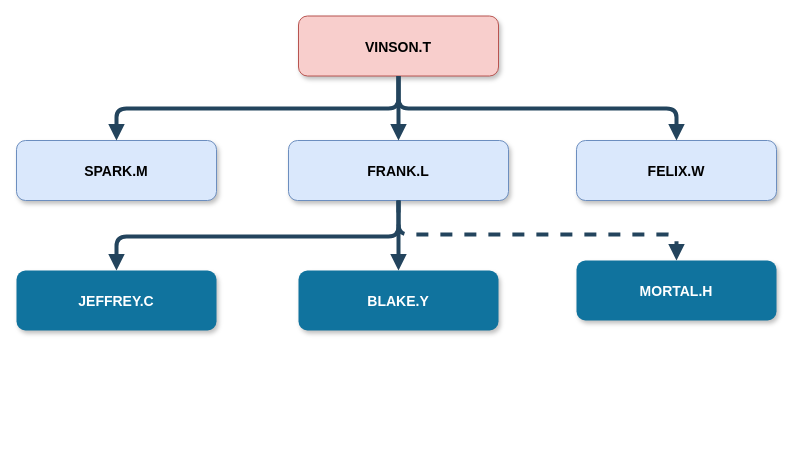
This is .drawio from wingtian/SAP_F, a draw.io file, before an edit. Source tidied: cells renumbered, new cells numbered last; positions are measured from the earlier drawing's top-left corner, leaving out a move shared by most shapes. Both pictures are drawn from the tidied source at 100%, with x=0, y=0 at pixel (16, 16).
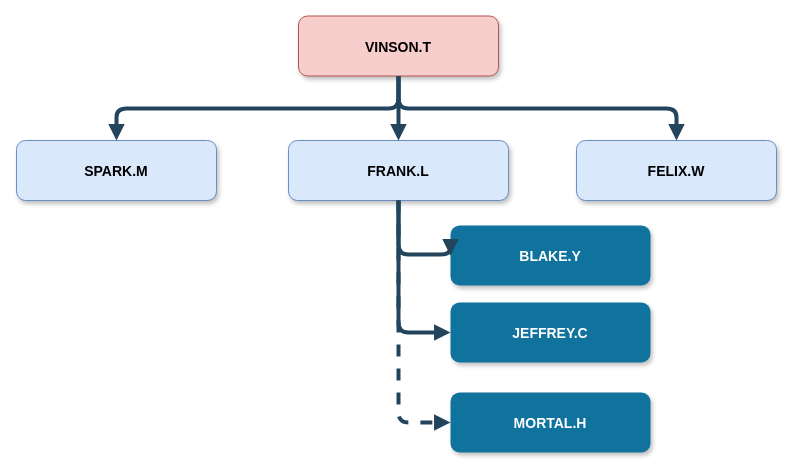
Above is the later version.

What changed in the source:
```diff
@@
 <mxGraphModel>
   <root>
     <mxCell id="0" />
     <mxCell id="1" parent="0" />
     <mxCell id="2" value="VINSON.T" style="rounded=1;fillColor=#f8cecc;strokeColor=#b85450;shadow=1;fontStyle=1;fontSize=14;" parent="1" vertex="1">
       <mxGeometry x="282" y="-0.5" width="200" height="60" as="geometry" />
     </mxCell>
     <mxCell id="3" value="FRANK.L" style="rounded=1;fillColor=#dae8fc;strokeColor=#6c8ebf;shadow=1;fontStyle=1;fontSize=14;" parent="1" vertex="1">
       <mxGeometry x="272" y="124" width="220" height="60" as="geometry" />
     </mxCell>
     <mxCell id="4" value="SPARK.M" style="rounded=1;fillColor=#dae8fc;strokeColor=#6c8ebf;shadow=1;fontStyle=1;fontSize=14;" parent="1" vertex="1">
       <mxGeometry y="124" width="200" height="60" as="geometry" />
     </mxCell>
     <mxCell id="5" value="FELIX.W" style="rounded=1;fillColor=#dae8fc;strokeColor=#6c8ebf;shadow=1;fontStyle=1;fontSize=14;" parent="1" vertex="1">
       <mxGeometry x="560" y="124" width="200" height="60" as="geometry" />
     </mxCell>
-    <mxCell id="6" value="JEFFREY.C" style="rounded=1;fillColor=#10739E;strokeColor=none;shadow=1;gradientColor=none;fontStyle=1;fontColor=#FFFFFF;fontSize=14;" parent="1" vertex="1">
-      <mxGeometry y="254" width="200" height="60" as="geometry" />
+    <mxCell id="6" value="JEFFREY.C" style="rounded=1;fillColor=#10739E;strokeColor=none;shadow=1;gradientColor=none;fontStyle=1;fontColor=#FFFFFF;fontSize=14;rotation=0;" parent="1" vertex="1">
+      <mxGeometry x="434" y="286" width="200" height="60" as="geometry" />
     </mxCell>
-    <mxCell id="7" value="MORTAL.H" style="rounded=1;fillColor=#10739E;strokeColor=none;shadow=1;gradientColor=none;fontStyle=1;fontColor=#FFFFFF;fontSize=14;" parent="1" vertex="1">
-      <mxGeometry x="560" y="244" width="200" height="60" as="geometry" />
+    <mxCell id="7" value="MORTAL.H" style="rounded=1;fillColor=#10739E;strokeColor=none;shadow=1;gradientColor=none;fontStyle=1;fontColor=#FFFFFF;fontSize=14;rotation=0;" parent="1" vertex="1">
+      <mxGeometry x="434" y="376" width="200" height="60" as="geometry" />
     </mxCell>
-    <mxCell id="8" value="BLAKE.Y" style="rounded=1;fillColor=#10739E;strokeColor=none;shadow=1;gradientColor=none;fontStyle=1;fontColor=#FFFFFF;fontSize=14;" parent="1" vertex="1">
-      <mxGeometry x="282" y="254" width="200" height="60" as="geometry" />
+    <mxCell id="8" value="BLAKE.Y" style="rounded=1;fillColor=#10739E;strokeColor=none;shadow=1;gradientColor=none;fontStyle=1;fontColor=#FFFFFF;fontSize=14;rotation=0;" parent="1" vertex="1">
+      <mxGeometry x="434" y="209" width="200" height="60" as="geometry" />
     </mxCell>
     <mxCell id="9" style="edgeStyle=elbowEdgeStyle;elbow=vertical;strokeWidth=4;endArrow=block;endFill=1;fontStyle=1;strokeColor=#23445D;" parent="1" edge="1" source="2" target="3">
       <mxGeometry x="22" y="165.5" as="geometry" />
     </mxCell>
     <mxCell id="10" style="edgeStyle=elbowEdgeStyle;elbow=vertical;strokeWidth=4;endArrow=block;endFill=1;fontStyle=1;strokeColor=#23445D;exitX=0.5;exitY=1;exitDx=0;exitDy=0;" parent="1" edge="1" source="2" target="5">
       <mxGeometry x="22" y="165.5" as="geometry" />
     </mxCell>
     <mxCell id="11" style="edgeStyle=elbowEdgeStyle;elbow=vertical;strokeWidth=4;endArrow=block;endFill=1;fontStyle=1;strokeColor=#23445D;exitX=0.5;exitY=1;exitDx=0;exitDy=0;" parent="1" edge="1" source="2" target="4">
       <mxGeometry x="22" y="165.5" as="geometry" />
     </mxCell>
-    <mxCell id="12" style="edgeStyle=elbowEdgeStyle;elbow=vertical;strokeWidth=4;endArrow=block;endFill=1;fontStyle=1;strokeColor=#23445D;" parent="1" edge="1" source="3" target="6">
+    <mxCell id="12" style="edgeStyle=elbowEdgeStyle;elbow=vertical;strokeWidth=4;endArrow=block;endFill=1;fontStyle=1;strokeColor=#23445D;entryX=0;entryY=0.5;entryDx=0;entryDy=0;exitX=0.5;exitY=1;exitDx=0;exitDy=0;" parent="1" edge="1" source="3" target="6">
       <mxGeometry x="22" y="165.5" as="geometry">
         <Array as="points">
-          <mxPoint x="244" y="220" />
+          <mxPoint x="401" y="316" />
         </Array>
       </mxGeometry>
     </mxCell>
-    <mxCell id="13" style="edgeStyle=elbowEdgeStyle;elbow=vertical;strokeWidth=4;endArrow=block;endFill=1;fontStyle=1;dashed=1;strokeColor=#23445D;entryX=0.5;entryY=0;entryDx=0;entryDy=0;exitX=0.5;exitY=1;exitDx=0;exitDy=0;" parent="1" edge="1" source="3" target="7">
+    <mxCell id="13" style="edgeStyle=elbowEdgeStyle;elbow=vertical;strokeWidth=4;endArrow=block;endFill=1;fontStyle=1;dashed=1;strokeColor=#23445D;exitX=0.5;exitY=1;exitDx=0;exitDy=0;entryX=0;entryY=0.5;entryDx=0;entryDy=0;" parent="1" edge="1" source="3" target="7">
       <mxGeometry x="22" y="165.5" as="geometry">
         <Array as="points">
-          <mxPoint x="521" y="218" />
+          <mxPoint x="409" y="406" />
         </Array>
       </mxGeometry>
     </mxCell>
-    <mxCell id="14" style="edgeStyle=elbowEdgeStyle;elbow=vertical;strokeWidth=4;endArrow=block;endFill=1;fontStyle=1;strokeColor=#23445D;exitX=0.5;exitY=1;exitDx=0;exitDy=0;entryX=0.5;entryY=0;entryDx=0;entryDy=0;" parent="1" edge="1" source="3" target="8">
+    <mxCell id="14" style="edgeStyle=elbowEdgeStyle;elbow=vertical;strokeWidth=4;endArrow=block;endFill=1;fontStyle=1;strokeColor=#23445D;exitX=0.5;exitY=1;exitDx=0;exitDy=0;entryX=0;entryY=0.5;entryDx=0;entryDy=0;" parent="1" edge="1" source="3" target="8">
       <mxGeometry x="22" y="165.5" as="geometry">
         <Array as="points">
-          <mxPoint x="370" y="224" />
+          <mxPoint x="407" y="238" />
         </Array>
       </mxGeometry>
     </mxCell>
   </root>
 </mxGraphModel>
```
